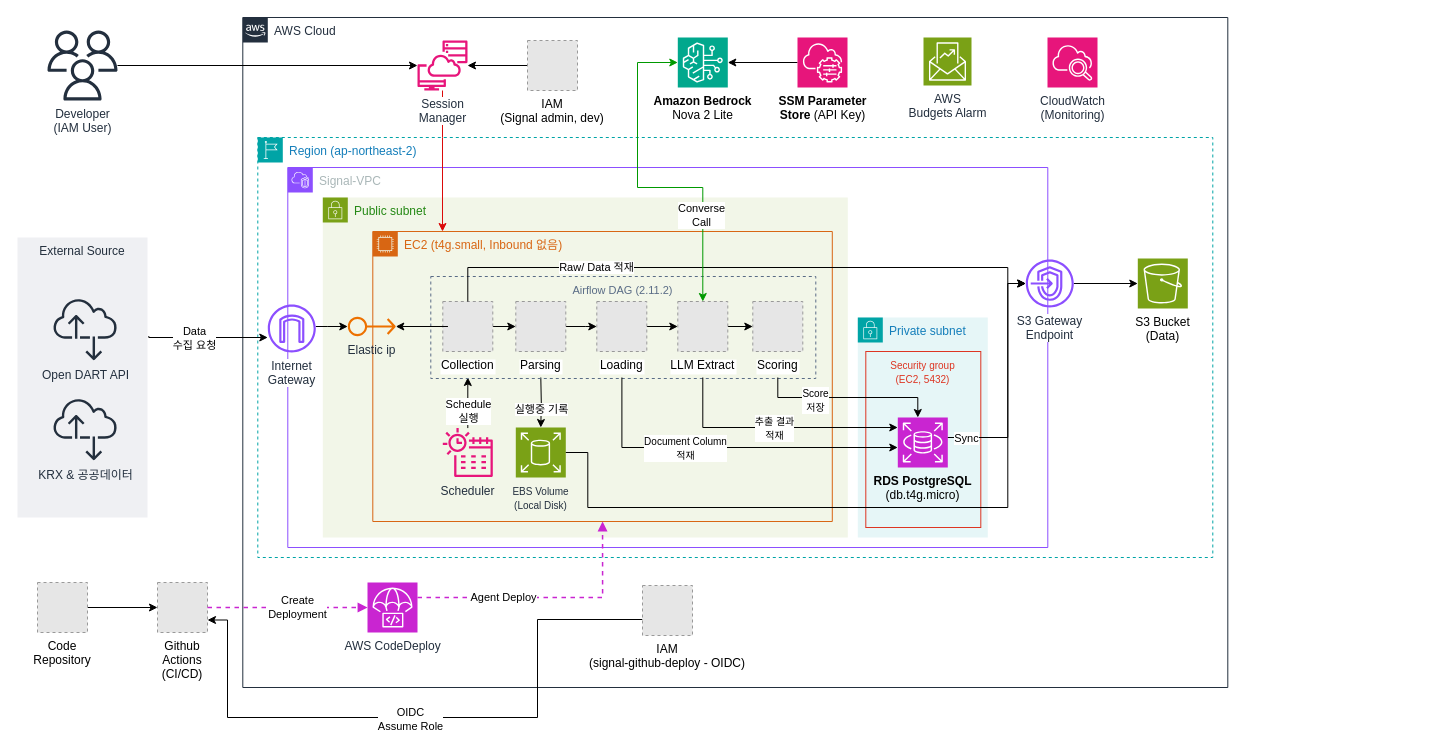
Before: docs/images/architecture-v2.drawio in BOAZ-Signal-Team-26/signal-pipeline, a draw.io diagram. Source tidied: cells renumbered, new cells numbered last; positions are measured from the earlier drawing's top-left corner, leaving out a move shared by most shapes. Both pictures are drawn from the tidied source at 100%, with x=0, y=0 at pixel (17, 17). Pictures stored in the file or linked from it are replaced by grey dashed boxes.
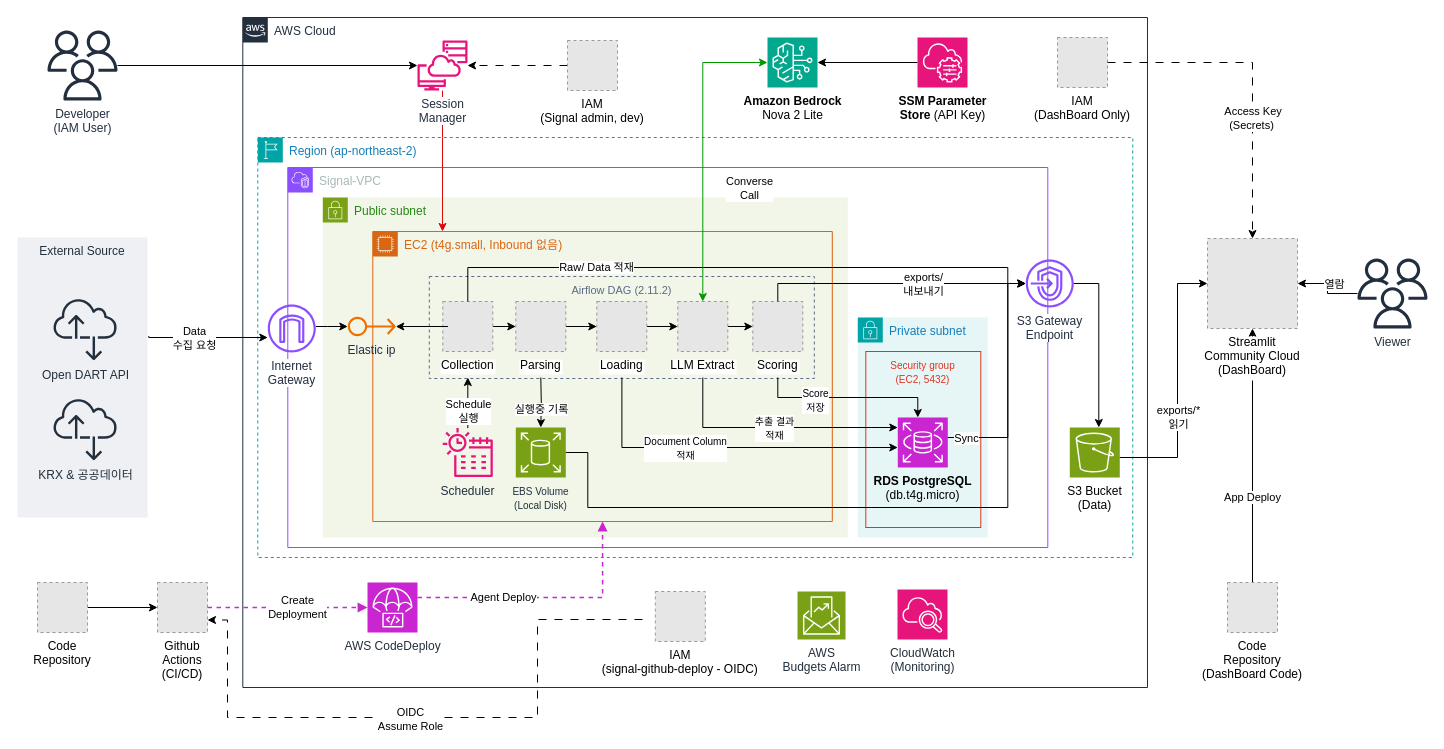
Above is the later version.

Unchanged cells that the change refers to:
```xml
<mxCell id="12" value="EC2 (t4g.small, Inbound 없음)" style="points=[[0,0],[0.25,0],[0.5,0],[0.75,0],[1,0],[1,0.25],[1,0.5],[1,0.75],[1,1],[0.75,1],[0.5,1],[0.25,1],[0,1],[0,0.75],[0,0.5],[0,0.25]];outlineConnect=0;gradientColor=none;html=1;whiteSpace=wrap;fontSize=12;fontStyle=0;shape=mxgraph.aws4.group;grIcon=mxgraph.aws4.group_ec2_instance_contents;strokeColor=#D86613;fillColor=none;verticalAlign=top;align=left;spacingLeft=30;fontColor=#D86613;dashed=0;" parent="11" vertex="1">
  <mxGeometry x="50" y="34" width="459.5" height="290" as="geometry" />
</mxCell>
<mxCell id="25" value="LLM Extract" style="fillColor=#E6E6E6;strokeColor=#999999;dashed=1;verticalLabelPosition=bottom;labelBackgroundColor=default;verticalAlign=top;" parent="12" vertex="1">
  <mxGeometry x="305" y="70" width="50" height="50" as="geometry" />
</mxCell>
<mxCell id="26" value="Scoring" style="fillColor=#E6E6E6;strokeColor=#999999;dashed=1;verticalLabelPosition=bottom;labelBackgroundColor=default;verticalAlign=top;" parent="12" vertex="1">
  <mxGeometry x="380" y="70" width="50" height="50" as="geometry" />
</mxCell>
<mxCell id="44" value="&lt;span style=&quot;background-color: light-dark(#ffffff, var(--ge-dark-color, #121212));&quot;&gt;S3 Gateway&lt;br&gt;Endpoint&lt;/span&gt;" style="sketch=0;outlineConnect=0;fontColor=#232F3E;gradientColor=none;fillColor=#8C4FFF;strokeColor=none;dashed=0;verticalLabelPosition=bottom;verticalAlign=top;align=center;html=1;fontSize=12;fontStyle=0;shape=mxgraph.aws4.endpoints;" parent="9" vertex="1">
  <mxGeometry x="768" y="122" width="48" height="48" as="geometry" />
</mxCell>
<mxCell id="51" value="&lt;span style=&quot;background-color: light-dark(#ffffff, var(--ge-dark-color, #121212));&quot;&gt;Session&lt;br&gt;Manager&lt;/span&gt;" style="sketch=0;outlineConnect=0;fontColor=#232F3E;gradientColor=none;fillColor=#E7157B;strokeColor=none;dashed=0;verticalLabelPosition=bottom;verticalAlign=top;align=center;html=1;fontSize=12;fontStyle=0;shape=mxgraph.aws4.systems_manager_session_manager;" parent="2" vertex="1">
  <mxGeometry x="174.7" y="23" width="50" height="50" as="geometry" />
</mxCell>
<mxCell id="69" value="Github&#10;Actions&#10;(CI/CD)" style="fillColor=#E6E6E6;strokeColor=#999999;dashed=1;verticalLabelPosition=bottom;labelBackgroundColor=default;verticalAlign=top;" parent="1" vertex="1">
  <mxGeometry x="140" y="565" width="50" height="50" as="geometry" />
</mxCell>
```

The edit, as a diff of the source:
```diff
@@
-<mxGraphModel>
+<mxGraphModel background="light-dark(#ffffff, #121212)">
@@
+    <mxCell id="71" style="edgeStyle=orthogonalEdgeStyle;rounded=0;jettySize=auto;html=1;" parent="1" edge="1" source="84" target="78">
+      <mxGeometry relative="1" as="geometry" />
+    </mxCell>
+    <mxCell id="72" value="App Deploy" style="edgeLabel;html=1;align=center;verticalAlign=middle;" parent="71" vertex="1">
+      <mxGeometry x="-0.32" y="1" relative="1" as="geometry" />
+    </mxCell>
+    <mxCell id="73" style="edgeStyle=orthogonalEdgeStyle;rounded=0;jettySize=auto;html=1;" parent="1" edge="1" source="81" target="78">
+      <mxGeometry relative="1" as="geometry" />
+    </mxCell>
+    <mxCell id="74" value="열람" style="edgeLabel;html=1;align=center;verticalAlign=middle;" parent="73" vertex="1">
+      <mxGeometry x="0.18" y="1" relative="1" as="geometry">
+        <mxPoint x="7" y="-1" as="offset" />
+      </mxGeometry>
+    </mxCell>
     <mxCell id="2" value="AWS Cloud" style="gradientColor=none;html=1;whiteSpace=wrap;fontSize=12;fontStyle=0;shape=mxgraph.aws4.group;grIcon=mxgraph.aws4.group_aws_cloud_alt;strokeColor=#232F3E;fillColor=none;verticalAlign=top;align=left;spacingLeft=30;fontColor=#232F3E;dashed=0;" parent="1" vertex="1">
-      <mxGeometry x="225.3" width="985" height="670" as="geometry" />
+      <mxGeometry x="225.3" width="904.7" height="670" as="geometry" />
     </mxCell>
     <mxCell id="3" value="&lt;span style=&quot;color: rgb(0, 0, 0); background-color: light-dark(#ffffff, var(--ge-dark-color, #121212));&quot;&gt;&lt;b&gt;Amazon Bedrock&lt;/b&gt;&lt;br&gt;Nova 2 Lite&lt;/span&gt;" style="sketch=0;outlineConnect=0;fontColor=#DDDDDD;fillColor=#01A88D;strokeColor=#ffffff;dashed=0;verticalLabelPosition=bottom;verticalAlign=top;align=center;html=1;fontSize=12;fontStyle=0;shape=mxgraph.aws4.resourceIcon;resIcon=mxgraph.aws4.bedrock;labelPerimeter=1;" parent="2" vertex="1">
-      <mxGeometry x="435" y="20" width="50" height="50" as="geometry" />
+      <mxGeometry x="524.7" y="20" width="50" height="50" as="geometry" />
     </mxCell>
@@
     <mxCell id="5" value="&lt;span style=&quot;color: rgb(0, 0, 0);&quot;&gt;&lt;b&gt;SSM Parameter&lt;br&gt;Store&amp;nbsp;&lt;/b&gt;(API Key)&lt;/span&gt;" style="sketch=0;outlineConnect=0;fontColor=#DDDDDD;fillColor=#E7157B;strokeColor=#ffffff;dashed=0;verticalLabelPosition=bottom;verticalAlign=top;align=center;html=1;fontSize=12;fontStyle=0;shape=mxgraph.aws4.resourceIcon;resIcon=mxgraph.aws4.systems_manager;labelPerimeter=1;" parent="2" vertex="1">
-      <mxGeometry x="554.7" y="20" width="50" height="50" as="geometry" />
+      <mxGeometry x="674.7" y="20" width="50" height="50" as="geometry" />
     </mxCell>
     <mxCell id="6" value="CloudWatch&lt;br&gt;(Monitoring)" style="sketch=0;fontColor=#232F3E;fillColor=#E7157B;strokeColor=#ffffff;dashed=0;verticalLabelPosition=bottom;verticalAlign=top;align=center;html=1;fontSize=12;fontStyle=0;shape=mxgraph.aws4.resourceIcon;resIcon=mxgraph.aws4.cloudwatch_2;" parent="2" vertex="1">
-      <mxGeometry x="804.7" y="20" width="50" height="50" as="geometry" />
+      <mxGeometry x="654.7" y="572" width="50" height="50" as="geometry" />
     </mxCell>
-    <mxCell id="7" style="edgeStyle=orthogonalEdgeStyle;rounded=0;jettySize=auto;html=1;" parent="2" edge="1" source="8" target="51">
+    <mxCell id="7" style="edgeStyle=orthogonalEdgeStyle;rounded=0;jettySize=auto;html=1;dashed=1;dashPattern=8 8;strokeColor=light-dark(#000000,#FF0000);" parent="2" edge="1" source="8" target="51">
       <mxGeometry relative="1" as="geometry" />
     </mxCell>
     <mxCell id="8" value="IAM&#10;(Signal admin, dev)" style="fillColor=#E6E6E6;strokeColor=#999999;dashed=1;verticalLabelPosition=bottom;labelBackgroundColor=default;verticalAlign=top;" parent="2" vertex="1">
-      <mxGeometry x="284.7" y="23" width="50" height="50" as="geometry" />
+      <mxGeometry x="324.7" y="23" width="50" height="50" as="geometry" />
     </mxCell>
     <mxCell id="9" value="Region (ap-northeast-2)" style="gradientColor=none;html=1;whiteSpace=wrap;fontSize=12;fontStyle=0;shape=mxgraph.aws4.group;grIcon=mxgraph.aws4.group_region;strokeColor=#00A4A6;fillColor=none;verticalAlign=top;align=left;spacingLeft=30;fontColor=#147EBA;dashed=1;" parent="2" vertex="1">
-      <mxGeometry x="15" y="120" width="955" height="420" as="geometry" />
+      <mxGeometry x="15" y="120" width="875" height="420" as="geometry" />
     </mxCell>
@@
     <mxCell id="28" value="&lt;font style=&quot;font-size: 11px;&quot;&gt;Airflow DAG (2.11.2)&lt;/font&gt;" style="fillColor=none;strokeColor=#5A6C86;dashed=1;verticalAlign=top;fontStyle=0;fontColor=#5A6C86;whiteSpace=wrap;html=1;" parent="12" vertex="1">
-      <mxGeometry x="58" y="45" width="385" height="102" as="geometry" />
+      <mxGeometry x="56.5" y="45" width="385" height="102" as="geometry" />
     </mxCell>
@@
-    <mxCell id="40" value="&lt;span style=&quot;color: rgb(0, 0, 0);&quot;&gt;&lt;span style=&quot;background-color: light-dark(#ffffff, var(--ge-dark-color, #121212));&quot;&gt;S3 Bucket&lt;br&gt;&lt;/span&gt;(Data)&lt;/span&gt;" style="sketch=0;outlineConnect=0;fontColor=#DDDDDD;fillColor=#7AA116;strokeColor=#ffffff;dashed=0;verticalLabelPosition=bottom;verticalAlign=top;align=center;html=1;fontSize=12;fontStyle=0;shape=mxgraph.aws4.resourceIcon;resIcon=mxgraph.aws4.s3;labelPerimeter=1;" parent="9" vertex="1">
-      <mxGeometry x="880" y="121" width="50" height="50" as="geometry" />
-    </mxCell>
@@
     <mxCell id="43" style="edgeStyle=orthogonalEdgeStyle;rounded=0;jettySize=auto;html=1;" parent="9" edge="1" source="44" target="40">
-      <mxGeometry relative="1" as="geometry" />
+      <mxGeometry relative="1" as="geometry">
+        <Array as="points">
+          <mxPoint x="841" y="146" />
+        </Array>
+      </mxGeometry>
     </mxCell>
@@
+    <mxCell id="75" style="edgeStyle=orthogonalEdgeStyle;rounded=0;jettySize=auto;html=1;" parent="9" edge="1" source="26" target="44">
+      <mxGeometry relative="1" as="geometry">
+        <Array as="points">
+          <mxPoint x="520" y="146" />
+        </Array>
+      </mxGeometry>
+    </mxCell>
+    <mxCell id="76" value="exports/&lt;br&gt;내보내기" style="edgeLabel;html=1;align=center;verticalAlign=middle;" parent="75" vertex="1">
+      <mxGeometry x="0.52" y="-1" relative="1" as="geometry">
+        <mxPoint x="-39" y="-1" as="offset" />
+      </mxGeometry>
+    </mxCell>
+    <mxCell id="40" value="&lt;span style=&quot;color: rgb(0, 0, 0);&quot;&gt;&lt;span style=&quot;&quot;&gt;S3 Bucket&lt;br&gt;&lt;/span&gt;(Data)&lt;/span&gt;" style="sketch=0;outlineConnect=0;fontColor=#DDDDDD;fillColor=#7AA116;strokeColor=#ffffff;dashed=0;verticalLabelPosition=bottom;verticalAlign=top;align=center;html=1;fontSize=12;fontStyle=0;shape=mxgraph.aws4.resourceIcon;resIcon=mxgraph.aws4.s3;labelPerimeter=1;labelBackgroundColor=default;" parent="9" vertex="1">
+      <mxGeometry x="812" y="290" width="50" height="50" as="geometry" />
+    </mxCell>
@@
     <mxCell id="52" value="AWS&lt;br&gt;Budgets Alarm" style="sketch=0;fontColor=#232F3E;strokeColor=#ffffff;dashed=0;verticalLabelPosition=bottom;verticalAlign=top;align=center;html=1;fontSize=12;fontStyle=0;shape=mxgraph.aws4.resourceIcon;fillColor=#7AA116;resIcon=mxgraph.aws4.budgets_2;" parent="2" vertex="1">
-      <mxGeometry x="680.7" y="20" width="48" height="48" as="geometry" />
+      <mxGeometry x="554.7" y="574" width="48" height="48" as="geometry" />
     </mxCell>
     <mxCell id="53" style="edgeStyle=orthogonalEdgeStyle;rounded=0;jettySize=auto;html=1;entryX=0.5;entryY=0;entryDx=0;entryDy=0;startArrow=classic;startFill=1;strokeColor=#009900;" parent="2" edge="1" source="3" target="25">
       <mxGeometry relative="1" as="geometry">
         <Array as="points">
-          <mxPoint x="394.7" y="45" />
-          <mxPoint x="394.7" y="170" />
-          <mxPoint x="460" y="170" />
+          <mxPoint x="460" y="45" />
         </Array>
       </mxGeometry>
     </mxCell>
@@
-    <mxCell id="57" style="edgeStyle=orthogonalEdgeStyle;rounded=0;jettySize=auto;html=1;entryX=1;entryY=0.75;entryDx=0;entryDy=0;" parent="2" edge="1" target="69">
+    <mxCell id="57" style="edgeStyle=orthogonalEdgeStyle;rounded=0;jettySize=auto;html=1;entryX=1;entryY=0.75;entryDx=0;entryDy=0;dashed=1;dashPattern=8 8;strokeColor=light-dark(#000000,#FF0000);" parent="2" edge="1" target="69">
       <mxGeometry relative="1" as="geometry">
         <mxPoint x="399.7" y="602" as="sourcePoint" />
         <Array as="points">
           <mxPoint x="294.7" y="602" />
           <mxPoint x="294.7" y="700" />
           <mxPoint x="-15.3" y="700" />
           <mxPoint x="-15.3" y="602.5" />
         </Array>
       </mxGeometry>
     </mxCell>
@@
     <mxCell id="59" value="IAM&#10;(signal-github-deploy - OIDC)" style="fillColor=#E6E6E6;strokeColor=#999999;dashed=1;verticalLabelPosition=bottom;labelBackgroundColor=default;verticalAlign=top;" parent="2" vertex="1">
-      <mxGeometry x="399.7" y="568" width="50" height="50" as="geometry" />
+      <mxGeometry x="412.5" y="574" width="50" height="50" as="geometry" />
     </mxCell>
+    <mxCell id="77" value="IAM&#10;(DashBoard Only)" style="fillColor=#E6E6E6;strokeColor=#999999;dashed=1;verticalLabelPosition=bottom;labelBackgroundColor=default;verticalAlign=top;" parent="2" vertex="1">
+      <mxGeometry x="814.7" y="20" width="50" height="50" as="geometry" />
+    </mxCell>
@@
+    <mxCell id="78" value="Streamlit&#10;Community Cloud&#10;(DashBoard)" style="fillColor=#E6E6E6;strokeColor=#999999;dashed=1;verticalLabelPosition=bottom;labelBackgroundColor=default;verticalAlign=top;" parent="1" vertex="1">
+      <mxGeometry x="1190" y="221" width="90" height="90" as="geometry" />
+    </mxCell>
+    <mxCell id="79" style="edgeStyle=orthogonalEdgeStyle;rounded=0;jettySize=auto;html=1;" parent="1" edge="1" source="40" target="78">
+      <mxGeometry relative="1" as="geometry">
+        <Array as="points">
+          <mxPoint x="1160" y="440" />
+          <mxPoint x="1160" y="266" />
+        </Array>
+      </mxGeometry>
+    </mxCell>
+    <mxCell id="80" value="exports/*&lt;br&gt;읽기" style="edgeLabel;html=1;align=center;verticalAlign=middle;" parent="79" vertex="1">
+      <mxGeometry x="-0.49" relative="1" as="geometry">
+        <mxPoint y="-31" as="offset" />
+      </mxGeometry>
+    </mxCell>
+    <mxCell id="81" value="&lt;span style=&quot;background-color: light-dark(#ffffff, var(--ge-dark-color, #121212));&quot;&gt;Viewer&lt;/span&gt;" style="sketch=0;outlineConnect=0;fontColor=#232F3E;gradientColor=none;strokeColor=none;dashed=0;verticalLabelPosition=bottom;verticalAlign=top;align=center;html=1;fontSize=12;fontStyle=0;fillColor=#232F3E;shape=mxgraph.aws4.users;" parent="1" vertex="1">
+      <mxGeometry x="1340" y="241" width="70" height="70" as="geometry" />
+    </mxCell>
+    <mxCell id="82" style="edgeStyle=orthogonalEdgeStyle;rounded=0;jettySize=auto;html=1;dashed=1;dashPattern=8 8;strokeColor=light-dark(#000000,#FF0000);" parent="1" edge="1" source="77" target="78">
+      <mxGeometry relative="1" as="geometry" />
+    </mxCell>
+    <mxCell id="83" value="&amp;nbsp;Access Key&lt;br&gt;(Secrets)" style="edgeLabel;html=1;align=center;verticalAlign=middle;" parent="82" vertex="1">
+      <mxGeometry x="-0.47" relative="1" as="geometry">
+        <mxPoint x="58" y="55" as="offset" />
+      </mxGeometry>
+    </mxCell>
+    <mxCell id="84" value="Code&#10;Repository&#10;(DashBoard Code)" style="fillColor=#E6E6E6;strokeColor=#999999;dashed=1;verticalLabelPosition=bottom;labelBackgroundColor=default;verticalAlign=top;" parent="1" vertex="1">
+      <mxGeometry x="1210" y="565" width="50" height="50" as="geometry" />
+    </mxCell>
```
